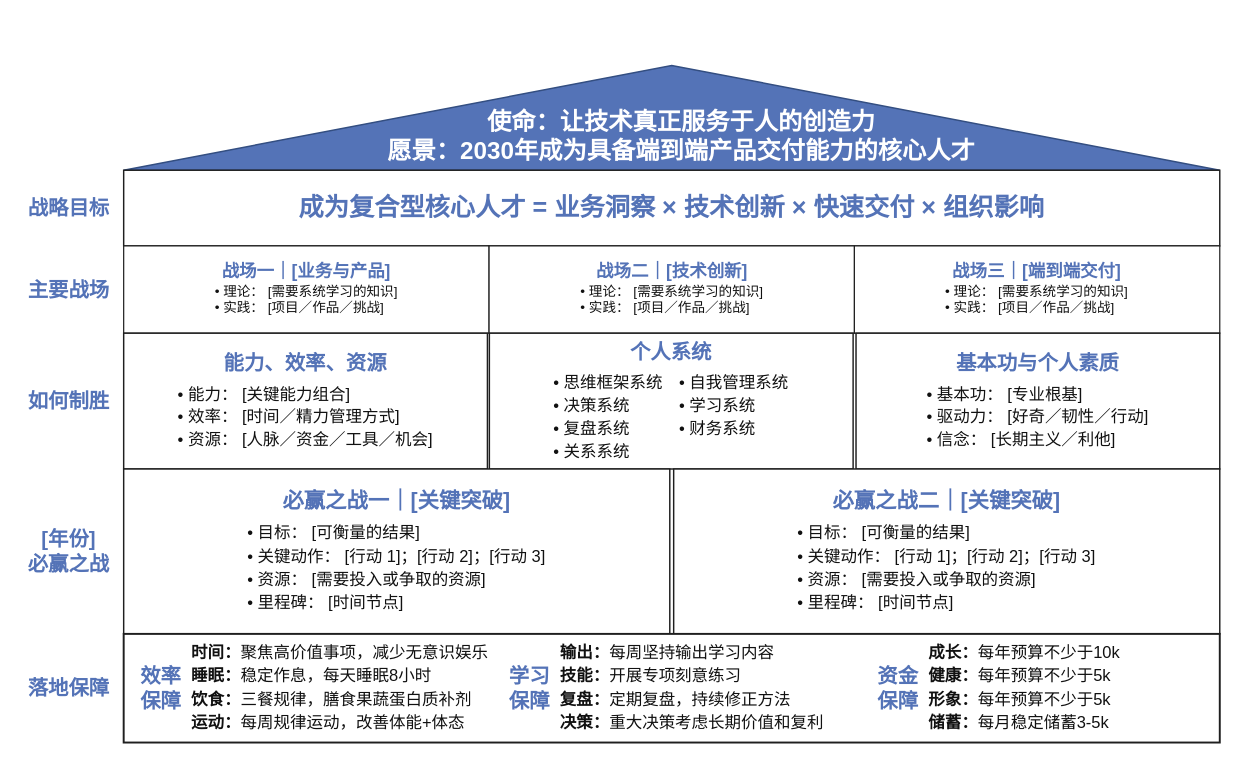
The draw.io diagram 个人战略屋模板.drawio in beauc114514/beauc114514, before the edit. Source tidied: cells renumbered, new cells numbered last; positions are measured from the earlier drawing's top-left corner, leaving out a move shared by most shapes. Both pictures are drawn from the tidied source at 97%, with x=0, y=0 at pixel (16, 65).
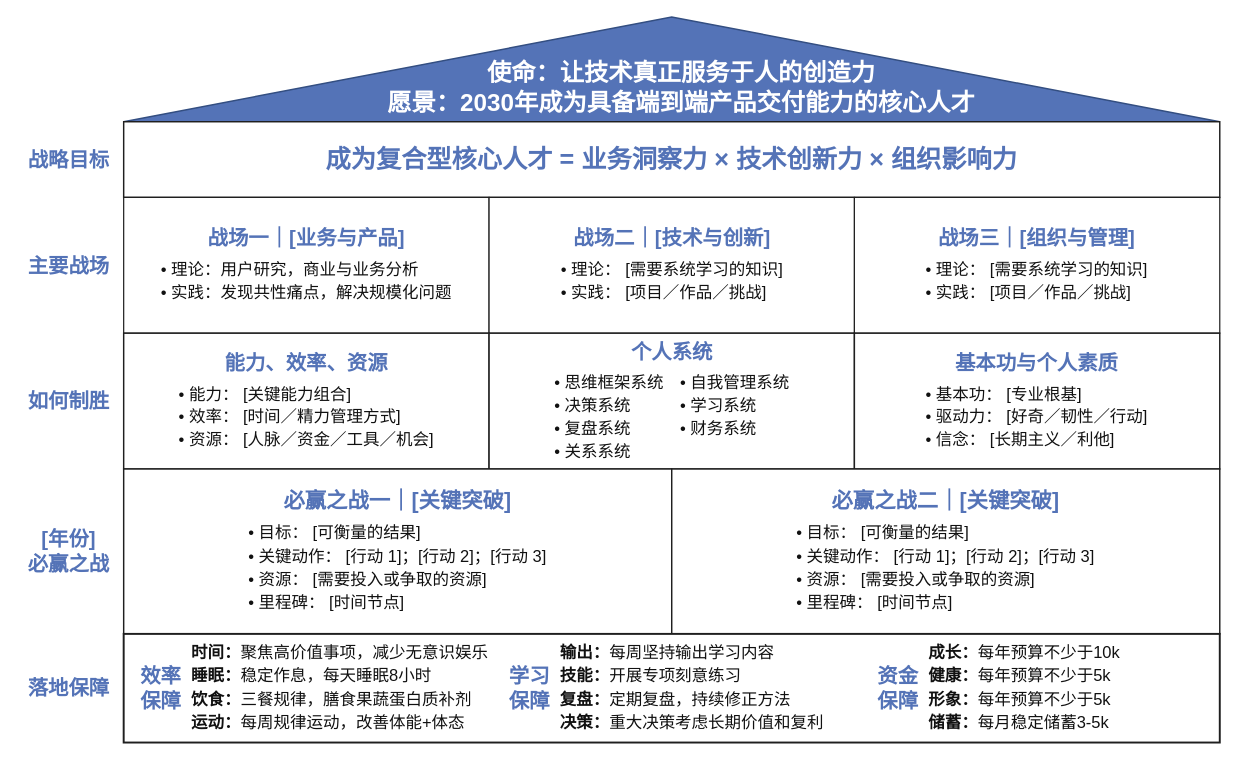
The same diagram, later.

Commit message:
更新个人战略屋模板.drawio

Diff of the diagram source:
```diff
@@
     <mxCell id="2" value="&lt;div style=&quot;font-size:23px;font-weight:700;&quot;&gt;&lt;br&gt;&lt;/div&gt;" style="shape=triangle;direction=north;html=1;whiteSpace=wrap;align=center;verticalAlign=bottom;spacingBottom=17;fillColor=#5473B7;strokeColor=#334E81;strokeWidth=1.5;fontColor=#FFFFFF;fontFamily=PingFang SC;fontSize=20;" parent="1" vertex="1">
-      <mxGeometry x="110" width="1130" height="108" as="geometry" />
+      <mxGeometry x="110" y="-50" width="1130" height="108" as="geometry" />
     </mxCell>
     <mxCell id="3" value="战略目标" style="text;html=1;align=center;verticalAlign=middle;fontFamily=PingFang SC;fontSize=21;fontStyle=1;fontColor=#5473B7;" parent="1" vertex="1">
-      <mxGeometry y="108" width="105" height="78" as="geometry" />
+      <mxGeometry y="58" width="105" height="78" as="geometry" />
     </mxCell>
-    <mxCell id="4" value="&lt;span style=&quot;font-size: 26px;&quot;&gt;&lt;b&gt;成为复合型核心人才 = 业务洞察 × 技术创新 × 快速交付 × 组织影响&lt;/b&gt;&lt;/span&gt;" style="rounded=0;html=1;whiteSpace=wrap;align=center;verticalAlign=middle;fillColor=#FFFFFF;strokeColor=#1F1F1F;strokeWidth=1.5;fontColor=#5473B7;fontFamily=PingFang SC;fontSize=22;" parent="1" vertex="1">
-      <mxGeometry x="110" y="108" width="1130" height="78" as="geometry" />
+    <mxCell id="4" value="&lt;span style=&quot;font-size: 26px;&quot;&gt;&lt;b&gt;成为复合型核心人才 = 业务洞察力 × 技术创新力 × 组织影响力&lt;/b&gt;&lt;/span&gt;" style="rounded=0;html=1;whiteSpace=wrap;align=center;verticalAlign=middle;fillColor=#FFFFFF;strokeColor=#1F1F1F;strokeWidth=1.5;fontColor=#5473B7;fontFamily=PingFang SC;fontSize=22;" parent="1" vertex="1">
+      <mxGeometry x="110" y="58" width="1130" height="78" as="geometry" />
     </mxCell>
     <mxCell id="5" value="主要战场" style="text;html=1;align=center;verticalAlign=middle;fontFamily=PingFang SC;fontSize=21;fontStyle=1;fontColor=#5473B7;" parent="1" vertex="1">
-      <mxGeometry y="186" width="105" height="90" as="geometry" />
+      <mxGeometry y="136" width="105" height="140" as="geometry" />
     </mxCell>
-    <mxCell id="6" value="&lt;b style=&quot;font-size: 18px; color: rgb(84, 115, 183);&quot;&gt;战场一｜[业务与产品]&lt;/b&gt;&lt;br align=&quot;left&quot;&gt;&lt;div align=&quot;left&quot; style=&quot;font-size:14px;line-height:1.25;&quot;&gt;• 理论： [需要系统学习的知识]&lt;br&gt;• 实践： [项目／作品／挑战]&lt;/div&gt;" style="rounded=0;html=1;whiteSpace=wrap;align=center;verticalAlign=middle;spacing=7;fillColor=#FFFFFF;strokeColor=#1F1F1F;strokeWidth=1.25;fontColor=#111111;fontFamily=PingFang SC;fontSize=15;" parent="1" vertex="1">
-      <mxGeometry x="110" y="186" width="376.7" height="90" as="geometry" />
+    <mxCell id="6" value="&lt;b style=&quot;font-size: 21px; color: rgb(84, 115, 183);&quot;&gt;战场一｜[业务与产品]&lt;/b&gt;&lt;div align=&quot;left&quot; style=&quot;font-size:17px;line-height:1.4;margin-top:8px;&quot;&gt;• 理论：用户研究，商业与业务分析&lt;br&gt;• 实践：发现共性痛点，解决规模化问题&lt;/div&gt;" style="rounded=0;html=1;whiteSpace=wrap;align=center;verticalAlign=middle;spacing=7;fillColor=#FFFFFF;strokeColor=#1F1F1F;strokeWidth=1.25;fontColor=#111111;fontFamily=PingFang SC;fontSize=17;" parent="1" vertex="1">
+      <mxGeometry x="110" y="136" width="376.7" height="140" as="geometry" />
     </mxCell>
-    <mxCell id="7" value="&lt;b style=&quot;font-size: 18px; color: rgb(84, 115, 183);&quot;&gt;战场二｜[技术创新]&lt;/b&gt;&lt;br align=&quot;left&quot;&gt;&lt;div align=&quot;left&quot; style=&quot;font-size:14px;line-height:1.25;&quot;&gt;• 理论： [需要系统学习的知识]&lt;br&gt;• 实践： [项目／作品／挑战]&lt;/div&gt;" style="rounded=0;html=1;whiteSpace=wrap;align=center;verticalAlign=middle;spacing=7;fillColor=#FFFFFF;strokeColor=#1F1F1F;strokeWidth=1.25;fontColor=#111111;fontFamily=PingFang SC;fontSize=15;" parent="1" vertex="1">
-      <mxGeometry x="486.7" y="186" width="376.7" height="90" as="geometry" />
+    <mxCell id="7" value="&lt;b style=&quot;font-size:21px; color: rgb(84, 115, 183);&quot;&gt;战场二｜[技术与创新]&lt;/b&gt;&lt;div align=&quot;left&quot; style=&quot;font-size:17px;line-height:1.4;margin-top:8px;&quot;&gt;• 理论： [需要系统学习的知识]&lt;br&gt;• 实践： [项目／作品／挑战]&lt;/div&gt;" style="rounded=0;html=1;whiteSpace=wrap;align=center;verticalAlign=middle;spacing=7;fillColor=#FFFFFF;strokeColor=#1F1F1F;strokeWidth=1.25;fontColor=#111111;fontFamily=PingFang SC;fontSize=17;" parent="1" vertex="1">
+      <mxGeometry x="486.7" y="136" width="376.7" height="140" as="geometry" />
     </mxCell>
-    <mxCell id="8" value="&lt;b style=&quot;font-size: 18px; color: rgb(84, 115, 183);&quot;&gt;战场三｜[端到端交付]&lt;/b&gt;&lt;br align=&quot;left&quot;&gt;&lt;div align=&quot;left&quot; style=&quot;font-size:14px;line-height:1.25;&quot;&gt;• 理论： [需要系统学习的知识]&lt;br&gt;• 实践： [项目／作品／挑战]&lt;/div&gt;" style="rounded=0;html=1;whiteSpace=wrap;align=center;verticalAlign=middle;spacing=7;fillColor=#FFFFFF;strokeColor=#1F1F1F;strokeWidth=1.25;fontColor=#111111;fontFamily=PingFang SC;fontSize=15;" parent="1" vertex="1">
-      <mxGeometry x="863.3" y="186" width="376.7" height="90" as="geometry" />
+    <mxCell id="8" value="&lt;b style=&quot;font-size:21px; color: rgb(84, 115, 183);&quot;&gt;战场三｜[组织与管理]&lt;/b&gt;&lt;div align=&quot;left&quot; style=&quot;font-size:17px;line-height:1.4;margin-top:8px;&quot;&gt;• 理论： [需要系统学习的知识]&lt;br&gt;• 实践： [项目／作品／挑战]&lt;/div&gt;" style="rounded=0;html=1;whiteSpace=wrap;align=center;verticalAlign=middle;spacing=7;fillColor=#FFFFFF;strokeColor=#1F1F1F;strokeWidth=1.25;fontColor=#111111;fontFamily=PingFang SC;fontSize=17;" parent="1" vertex="1">
+      <mxGeometry x="863.3" y="136" width="376.7" height="140" as="geometry" />
     </mxCell>
@@
     <mxCell id="10" value="&lt;b style=&quot;font-size:21px;color:#5473B7;&quot;&gt;能力、效率、资源&lt;/b&gt;&lt;div align=&quot;left&quot; style=&quot;font-size:17px;line-height:1.4;margin-top:8px;&quot;&gt;• 能力： [关键能力组合]&lt;br&gt;• 效率： [时间／精力管理方式]&lt;br&gt;• 资源： [人脉／资金／工具／机会]&lt;/div&gt;" style="rounded=0;html=1;whiteSpace=wrap;align=center;verticalAlign=middle;spacing=8;fillColor=#FFFFFF;strokeColor=#1F1F1F;strokeWidth=1.5;fontColor=#111111;fontFamily=PingFang SC;fontSize=17;" parent="1" vertex="1">
-      <mxGeometry x="110" y="276" width="375" height="140" as="geometry" />
+      <mxGeometry x="110" y="276" width="376.7" height="140" as="geometry" />
     </mxCell>
     <mxCell id="11" value="&lt;b style=&quot;font-size:21px;color:#5473B7;&quot;&gt;个人系统&lt;/b&gt;&lt;div align=&quot;left&quot; style=&quot;font-size:17px;line-height:1.38;margin-top:8px;&quot;&gt;• 思维框架系统　• 自我管理系统&lt;br&gt;• 决策系统　　　• 学习系统&lt;br&gt;• 复盘系统　　　• 财务系统&lt;br&gt;• 关系系统&lt;/div&gt;" style="rounded=0;html=1;whiteSpace=wrap;align=center;verticalAlign=middle;spacing=8;fillColor=#FFFFFF;strokeColor=#1F1F1F;strokeWidth=1.5;fontColor=#111111;fontFamily=PingFang SC;fontSize=17;" parent="1" vertex="1">
-      <mxGeometry x="487" y="276" width="375" height="140" as="geometry" />
+      <mxGeometry x="486.7" y="276" width="376.7" height="140" as="geometry" />
     </mxCell>
     <mxCell id="12" value="&lt;b style=&quot;font-size:21px;color:#5473B7;&quot;&gt;基本功与个人素质&lt;/b&gt;&lt;div align=&quot;left&quot; style=&quot;font-size:17px;line-height:1.4;margin-top:8px;&quot;&gt;• 基本功： [专业根基]&lt;br&gt;• 驱动力： [好奇／韧性／行动]&lt;br&gt;• 信念： [长期主义／利他]&lt;/div&gt;" style="rounded=0;html=1;whiteSpace=wrap;align=center;verticalAlign=middle;spacing=8;fillColor=#FFFFFF;strokeColor=#1F1F1F;strokeWidth=1.5;fontColor=#111111;fontFamily=PingFang SC;fontSize=17;" parent="1" vertex="1">
-      <mxGeometry x="865" y="276" width="375" height="140" as="geometry" />
+      <mxGeometry x="863.3" y="276" width="376.7" height="140" as="geometry" />
     </mxCell>
@@
     <mxCell id="14" value="&lt;b style=&quot;font-size:22px;color:#5473B7;&quot;&gt;必赢之战一｜[关键突破]&lt;/b&gt;&lt;div align=&quot;left&quot; style=&quot;font-size:17px;line-height:1.4;margin-top:8px;&quot;&gt;• 目标： [可衡量的结果]&lt;br&gt;• 关键动作： [行动 1]；[行动 2]；[行动 3]&lt;br&gt;• 资源： [需要投入或争取的资源]&lt;br&gt;• 里程碑： [时间节点]&lt;/div&gt;" style="rounded=0;html=1;whiteSpace=wrap;align=center;verticalAlign=middle;spacing=10;fillColor=#FFFFFF;strokeColor=#1F1F1F;strokeWidth=1.5;fontColor=#111111;fontFamily=PingFang SC;fontSize=17;" parent="1" vertex="1">
-      <mxGeometry x="110" y="416" width="563" height="170" as="geometry" />
+      <mxGeometry x="110" y="416" width="565" height="170" as="geometry" />
     </mxCell>
     <mxCell id="15" value="&lt;b style=&quot;font-size:22px;color:#5473B7;&quot;&gt;必赢之战二｜[关键突破]&lt;/b&gt;&lt;div align=&quot;left&quot; style=&quot;font-size:17px;line-height:1.4;margin-top:8px;&quot;&gt;• 目标： [可衡量的结果]&lt;br&gt;• 关键动作： [行动 1]；[行动 2]；[行动 3]&lt;br&gt;• 资源： [需要投入或争取的资源]&lt;br&gt;• 里程碑： [时间节点]&lt;/div&gt;" style="rounded=0;html=1;whiteSpace=wrap;align=center;verticalAlign=middle;spacing=10;fillColor=#FFFFFF;strokeColor=#1F1F1F;strokeWidth=1.5;fontColor=#111111;fontFamily=PingFang SC;fontSize=17;" parent="1" vertex="1">
-      <mxGeometry x="677" y="416" width="563" height="170" as="geometry" />
+      <mxGeometry x="675" y="416" width="565" height="170" as="geometry" />
     </mxCell>
@@
     <mxCell id="24" value="使命：让技术真正服务于人的创造力&#10;愿景：2030年成为具备端到端产品交付能力的核心人才" style="text;whiteSpace=wrap;fillColor=none;fontColor=#FFFFFF;fontStyle=1;align=center;fontSize=25;horizontal=1;spacingTop=2;spacing=4;" parent="1" vertex="1">
-      <mxGeometry x="366" y="32" width="637.5" height="78" as="geometry" />
+      <mxGeometry x="366" y="-18" width="637.5" height="78" as="geometry" />
     </mxCell>
```
